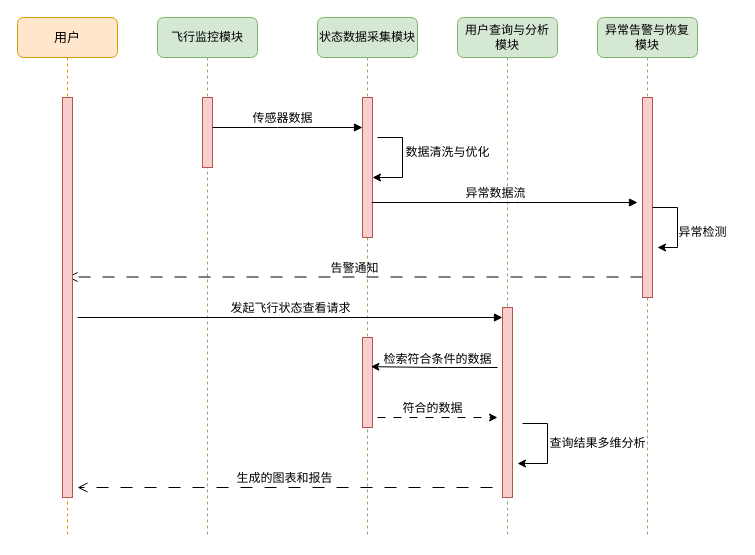
Earlier version of the draw.io diagram 无人机监控与查询模块的时序图.drawio (jiaojb/py-crawler). Source tidied: cells renumbered, new cells numbered last; positions are measured from the earlier drawing's top-left corner, leaving out a move shared by most shapes. Both pictures are drawn from the tidied source at 100%, with x=0, y=0 at pixel (17, 17).
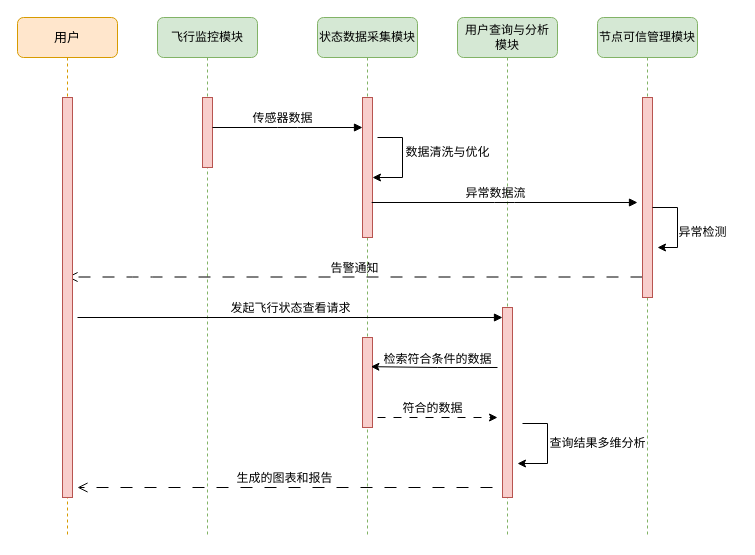
Above is the later version.

Commit message:
更新无人机监控与查询模块的时序图.drawio

Diff of the diagram source:
```diff
@@
-    <mxCell id="12" value="异常告警与恢复&lt;div&gt;模块&lt;/div&gt;" style="shape=umlLifeline;perimeter=lifelinePerimeter;whiteSpace=wrap;html=1;rounded=1;shadow=0;comic=0;labelBackgroundColor=none;strokeWidth=1;fontFamily=Verdana;fontSize=12;align=center;fillColor=#d5e8d4;strokeColor=#82b366;" parent="1" vertex="1">
+    <mxCell id="12" value="节点可信管理模块" style="shape=umlLifeline;perimeter=lifelinePerimeter;whiteSpace=wrap;html=1;rounded=1;shadow=0;comic=0;labelBackgroundColor=none;strokeWidth=1;fontFamily=Verdana;fontSize=12;align=center;fillColor=#d5e8d4;strokeColor=#82b366;" parent="1" vertex="1">
       <mxGeometry x="580" width="100" height="520" as="geometry" />
     </mxCell>
```
